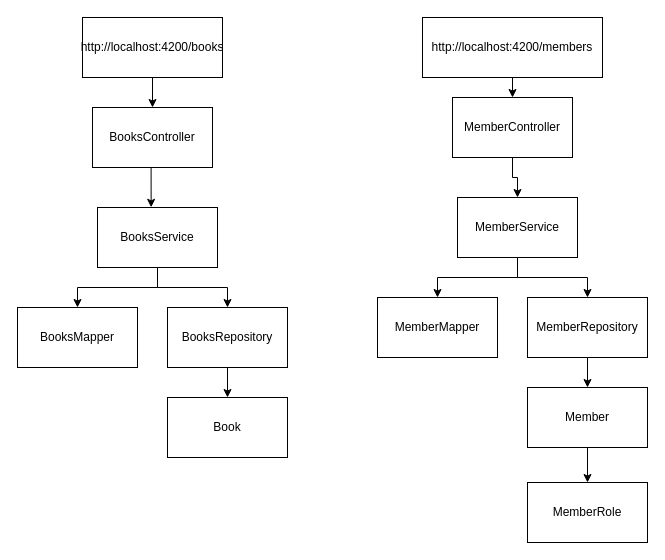
Andy-DG/DigiBookyCarbonara keeps this draw.io diagram as CarbonaraDigiBooky.drawio. Above is the earlier version. Source tidied: cells renumbered, new cells numbered last; positions are measured from the earlier drawing's top-left corner, leaving out a move shared by most shapes. Both pictures are drawn from the tidied source at 100%, with x=0, y=0 at pixel (17, 17).
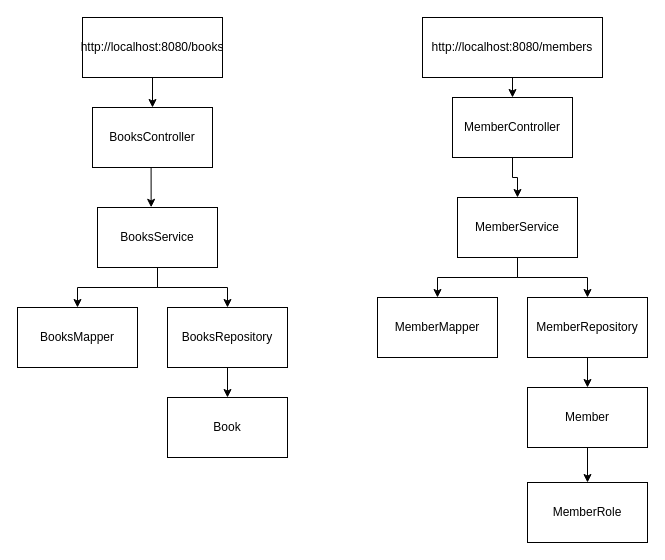
After the change.

Commit message:
in drawing of structure changed endpoint to point at localhost:8080 instead of 4200 (4200 was frontend)

Diff of the diagram source:
```diff
@@
-    <mxCell id="4" value="http://localhost:4200/books" style="rounded=0;whiteSpace=wrap;html=1;" parent="1" vertex="1">
+    <mxCell id="4" value="http://localhost:8080/books" style="rounded=0;whiteSpace=wrap;html=1;" parent="1" vertex="1">
       <mxGeometry x="65" width="140" height="60" as="geometry" />
     </mxCell>
@@
-    <mxCell id="13" value="http://localhost:4200/members" style="rounded=0;whiteSpace=wrap;html=1;" parent="1" vertex="1">
+    <mxCell id="13" value="http://localhost:8080/members" style="rounded=0;whiteSpace=wrap;html=1;" parent="1" vertex="1">
       <mxGeometry x="405" width="180" height="60" as="geometry" />
     </mxCell>
```
